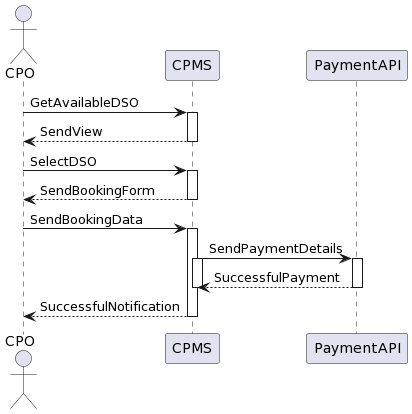
The PlantUML diagram CPOBuying.png in febagni/AzankBagniWolff, before a commit.
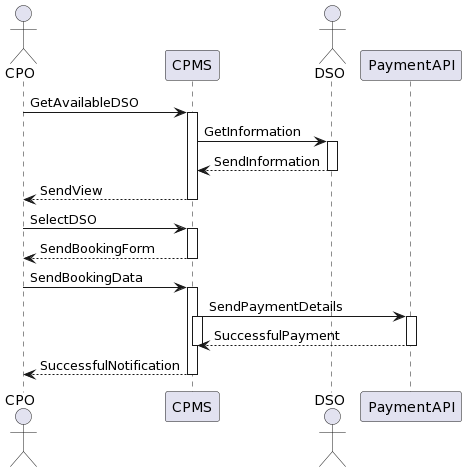
The same file after the commit.

Diff of the diagram source:
```diff
@@ -1,9 +1,14 @@
 @startuml
 actor CPO as a1
 participant CPMS as a2
+actor DSO
 
 a1-> a2 : GetAvailableDSO
 activate a2
+a2 -> DSO: GetInformation
+activate DSO
+DSO --> a2: SendInformation
+deactivate DSO
 a2 --> a1: SendView
 deactivate a2
 
@@ -20,6 +25,7 @@
 PaymentAPI --> a2: SuccessfulPayment
 deactivate a2
 deactivate PaymentAPI
+
 a2 --> a1: SuccessfulNotification
 deactivate a2
 @enduml
```
